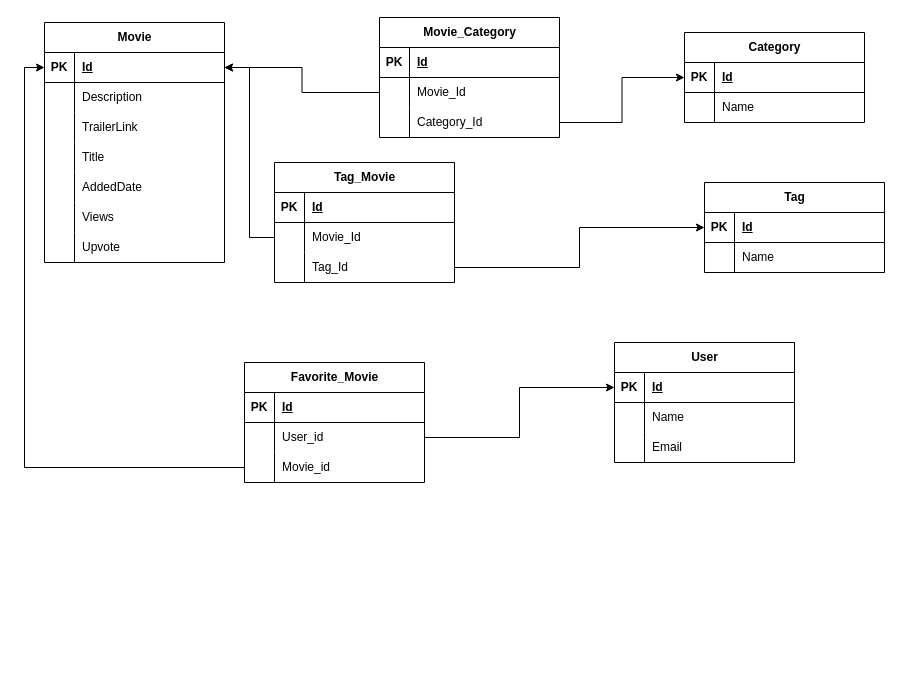
Before: Untitled Diagram.drawio in Daniel99W/MoviesWebsite.NET, a draw.io diagram. Source tidied: cells renumbered, new cells numbered last; positions are measured from the earlier drawing's top-left corner, leaving out a move shared by most shapes. Both pictures are drawn from the tidied source at 100%, with x=0, y=0 at pixel (44, 17).
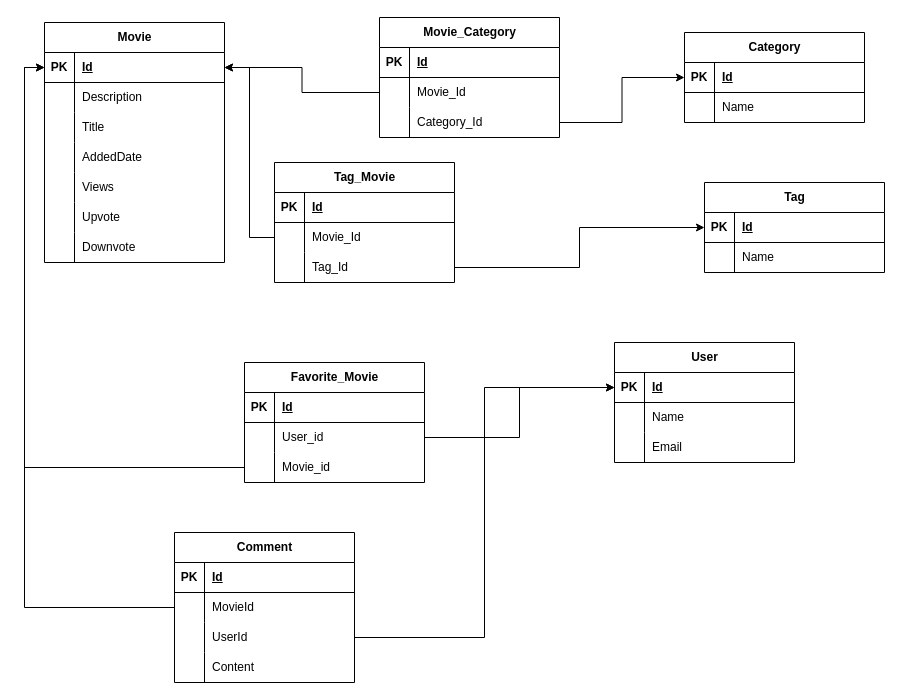
The same diagram, later.

Commit message:
Update movies api diagram

Unchanged cells that the change refers to:
```xml
<mxCell id="2" value="Movie" style="shape=table;startSize=30;childLayout=tableLayout;rowLines=0;fontStyle=1;align=center;html=1;" parent="1" vertex="1">
  <mxGeometry y="5" width="180" height="240" as="geometry" />
</mxCell>
<mxCell id="3" style="shape=tableRow;horizontal=0;startSize=0;swimlaneHead=0;swimlaneBody=0;fillColor=none;points=[[0,0.5],[1,0.5]];portConstraint=eastwest;top=0;left=0;right=0;bottom=1;" parent="2" vertex="1">
  <mxGeometry y="30" width="180" height="30" as="geometry" />
</mxCell>
<mxCell id="44" style="shape=tableRow;horizontal=0;startSize=0;swimlaneHead=0;swimlaneBody=0;fillColor=none;points=[[0,0.5],[1,0.5]];portConstraint=eastwest;top=0;left=0;right=0;bottom=1;" parent="43" vertex="1">
  <mxGeometry y="30" width="180" height="30" as="geometry" />
</mxCell>
```

What changed in the source:
```diff
@@
-    <mxCell id="9" style="shape=tableRow;horizontal=0;startSize=0;swimlaneHead=0;swimlaneBody=0;fillColor=none;points=[[0,0.5],[1,0.5]];portConstraint=eastwest;top=0;left=0;right=0;bottom=0;" parent="2" vertex="1">
-      <mxGeometry y="90" width="180" height="30" as="geometry" />
-    </mxCell>
-    <mxCell id="10" style="shape=partialRectangle;fillColor=none;top=0;left=0;bottom=0;right=0;overflow=hidden;whiteSpace=wrap;html=1;" parent="9" vertex="1">
-      <mxGeometry width="30" height="30" as="geometry" />
-    </mxCell>
-    <mxCell id="11" value="TrailerLink&lt;span style=&quot;white-space: pre;&quot;&gt;&#9;&lt;/span&gt;" style="shape=partialRectangle;fillColor=none;top=0;left=0;bottom=0;right=0;align=left;spacingLeft=6;overflow=hidden;whiteSpace=wrap;html=1;" parent="9" vertex="1">
-      <mxGeometry x="30" width="150" height="30" as="geometry" />
-    </mxCell>
     <mxCell id="12" style="shape=tableRow;horizontal=0;startSize=0;swimlaneHead=0;swimlaneBody=0;fillColor=none;top=0;left=0;right=0;bottom=0;" parent="2" vertex="1">
-      <mxGeometry y="120" width="180" height="30" as="geometry" />
+      <mxGeometry y="90" width="180" height="30" as="geometry" />
     </mxCell>
@@
     <mxCell id="15" style="shape=tableRow;horizontal=0;startSize=0;swimlaneHead=0;swimlaneBody=0;fillColor=none;top=0;left=0;right=0;bottom=0;" parent="2" vertex="1">
-      <mxGeometry y="150" width="180" height="30" as="geometry" />
+      <mxGeometry y="120" width="180" height="30" as="geometry" />
     </mxCell>
@@
     <mxCell id="18" style="shape=tableRow;horizontal=0;startSize=0;swimlaneHead=0;swimlaneBody=0;fillColor=none;top=0;left=0;right=0;bottom=0;" parent="2" vertex="1">
-      <mxGeometry y="180" width="180" height="30" as="geometry" />
+      <mxGeometry y="150" width="180" height="30" as="geometry" />
     </mxCell>
@@
     <mxCell id="21" style="shape=tableRow;horizontal=0;startSize=0;swimlaneHead=0;swimlaneBody=0;fillColor=none;top=0;left=0;right=0;bottom=0;" parent="2" vertex="1">
-      <mxGeometry y="210" width="180" height="30" as="geometry" />
+      <mxGeometry y="180" width="180" height="30" as="geometry" />
     </mxCell>
@@
+    <mxCell id="84" style="shape=tableRow;horizontal=0;startSize=0;swimlaneHead=0;swimlaneBody=0;fillColor=none;top=0;left=0;right=0;bottom=0;" parent="2" vertex="1">
+      <mxGeometry y="210" width="180" height="30" as="geometry" />
+    </mxCell>
+    <mxCell id="85" style="shape=partialRectangle;fillColor=none;top=0;left=0;bottom=0;right=0;overflow=hidden;whiteSpace=wrap;html=1;" parent="84" vertex="1">
+      <mxGeometry width="30" height="30" as="geometry" />
+    </mxCell>
+    <mxCell id="86" value="Downvote" style="shape=partialRectangle;fillColor=none;top=0;left=0;bottom=0;right=0;align=left;spacingLeft=6;overflow=hidden;whiteSpace=wrap;html=1;" parent="84" vertex="1">
+      <mxGeometry x="30" width="150" height="30" as="geometry" />
+    </mxCell>
@@
+    <mxCell id="87" value="Comment" style="shape=table;startSize=30;childLayout=tableLayout;rowLines=0;fontStyle=1;align=center;html=1;" parent="1" vertex="1">
+      <mxGeometry x="130" y="515" width="180" height="150" as="geometry" />
+    </mxCell>
+    <mxCell id="88" style="shape=tableRow;horizontal=0;startSize=0;swimlaneHead=0;swimlaneBody=0;fillColor=none;top=0;left=0;right=0;bottom=1;" parent="87" vertex="1">
+      <mxGeometry y="30" width="180" height="30" as="geometry" />
+    </mxCell>
+    <mxCell id="89" value="PK" style="shape=partialRectangle;fillColor=none;top=0;left=0;bottom=0;right=0;fontStyle=1;overflow=hidden;whiteSpace=wrap;html=1;" parent="88" vertex="1">
+      <mxGeometry width="30" height="30" as="geometry" />
+    </mxCell>
+    <mxCell id="90" value="Id" style="shape=partialRectangle;fillColor=none;top=0;left=0;bottom=0;right=0;align=left;spacingLeft=6;fontStyle=5;overflow=hidden;whiteSpace=wrap;html=1;" parent="88" vertex="1">
+      <mxGeometry x="30" width="150" height="30" as="geometry" />
+    </mxCell>
+    <mxCell id="91" style="shape=tableRow;horizontal=0;startSize=0;swimlaneHead=0;swimlaneBody=0;fillColor=none;points=[[0,0.5],[1,0.5]];portConstraint=eastwest;top=0;left=0;right=0;bottom=0;" parent="87" vertex="1">
+      <mxGeometry y="60" width="180" height="30" as="geometry" />
+    </mxCell>
+    <mxCell id="92" style="shape=partialRectangle;fillColor=none;top=0;left=0;bottom=0;right=0;overflow=hidden;whiteSpace=wrap;html=1;" parent="91" vertex="1">
+      <mxGeometry width="30" height="30" as="geometry" />
+    </mxCell>
+    <mxCell id="93" value="MovieId" style="shape=partialRectangle;fillColor=none;top=0;left=0;bottom=0;right=0;align=left;spacingLeft=6;overflow=hidden;whiteSpace=wrap;html=1;" parent="91" vertex="1">
+      <mxGeometry x="30" width="150" height="30" as="geometry" />
+    </mxCell>
+    <mxCell id="9" style="shape=tableRow;horizontal=0;startSize=0;swimlaneHead=0;swimlaneBody=0;fillColor=none;points=[[0,0.5],[1,0.5]];portConstraint=eastwest;top=0;left=0;right=0;bottom=0;" parent="87" vertex="1">
+      <mxGeometry y="90" width="180" height="30" as="geometry" />
+    </mxCell>
+    <mxCell id="94" style="shape=partialRectangle;fillColor=none;top=0;left=0;bottom=0;right=0;overflow=hidden;whiteSpace=wrap;html=1;" parent="9" vertex="1">
+      <mxGeometry width="30" height="30" as="geometry" />
+    </mxCell>
+    <mxCell id="95" value="UserId" style="shape=partialRectangle;fillColor=none;top=0;left=0;bottom=0;right=0;align=left;spacingLeft=6;overflow=hidden;whiteSpace=wrap;html=1;" parent="9" vertex="1">
+      <mxGeometry x="30" width="150" height="30" as="geometry" />
+    </mxCell>
+    <mxCell id="96" style="shape=tableRow;horizontal=0;startSize=0;swimlaneHead=0;swimlaneBody=0;fillColor=none;top=0;left=0;right=0;bottom=0;" parent="87" vertex="1">
+      <mxGeometry y="120" width="180" height="30" as="geometry" />
+    </mxCell>
+    <mxCell id="97" style="shape=partialRectangle;fillColor=none;top=0;left=0;bottom=0;right=0;overflow=hidden;whiteSpace=wrap;html=1;" parent="96" vertex="1">
+      <mxGeometry width="30" height="30" as="geometry" />
+    </mxCell>
+    <mxCell id="98" value="Content" style="shape=partialRectangle;fillColor=none;top=0;left=0;bottom=0;right=0;align=left;spacingLeft=6;overflow=hidden;whiteSpace=wrap;html=1;" parent="96" vertex="1">
+      <mxGeometry x="30" width="150" height="30" as="geometry" />
+    </mxCell>
+    <mxCell id="99" style="edgeStyle=orthogonalEdgeStyle;rounded=0;jettySize=auto;html=1;exitX=1;exitY=0.5;exitDx=0;exitDy=0;entryX=0;entryY=0.5;entryDx=0;entryDy=0;" parent="1" edge="1" source="9" target="44">
+      <mxGeometry relative="1" as="geometry" />
+    </mxCell>
+    <mxCell id="100" style="edgeStyle=orthogonalEdgeStyle;rounded=0;jettySize=auto;html=1;exitX=0;exitY=0.5;exitDx=0;exitDy=0;entryX=0;entryY=0.5;entryDx=0;entryDy=0;" parent="1" edge="1" source="91" target="3">
+      <mxGeometry relative="1" as="geometry" />
+    </mxCell>
```
